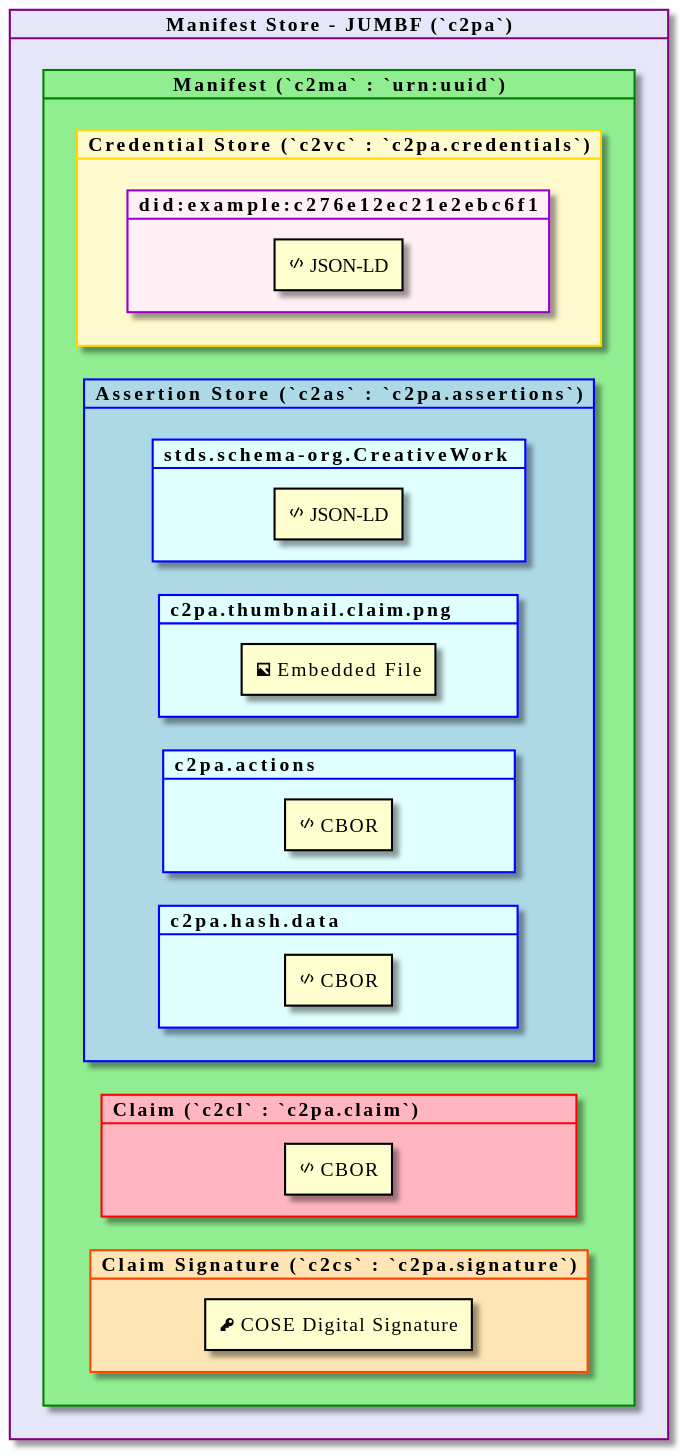
The PlantUML diagram specifications/1.0/specs/_images/ManifestStore_Credential.svg in c2pa-org/specifications, before a commit. Source of this version:
```plantuml
@startuml ManifestStore_Credential

    allow_mixing

    !include manifest_styling.iuml

    card c2pa as "Manifest Store - JUMBF (`c2pa`)" <<c2pa>> {
        card c2ma as "Manifest (`c2ma` : `urn:uuid`)" <<c2ma>> {
            card c2vc as "Credential Store (`c2vc` : `c2pa.credentials`)" <<c2vc>> {
                card "did:example:c276e12ec21e2ebc6f1" <<vc>> {
                    rectangle VC [
						<&code> JSON-LD
                    ]
                }
			}

			!includesub manifest.iuml!ASSERTIONSTORE

			!includesub manifest.iuml!CLAIM

			!includesub manifest.iuml!CLAIMSIGNATURE
        }
    }

@enduml
```
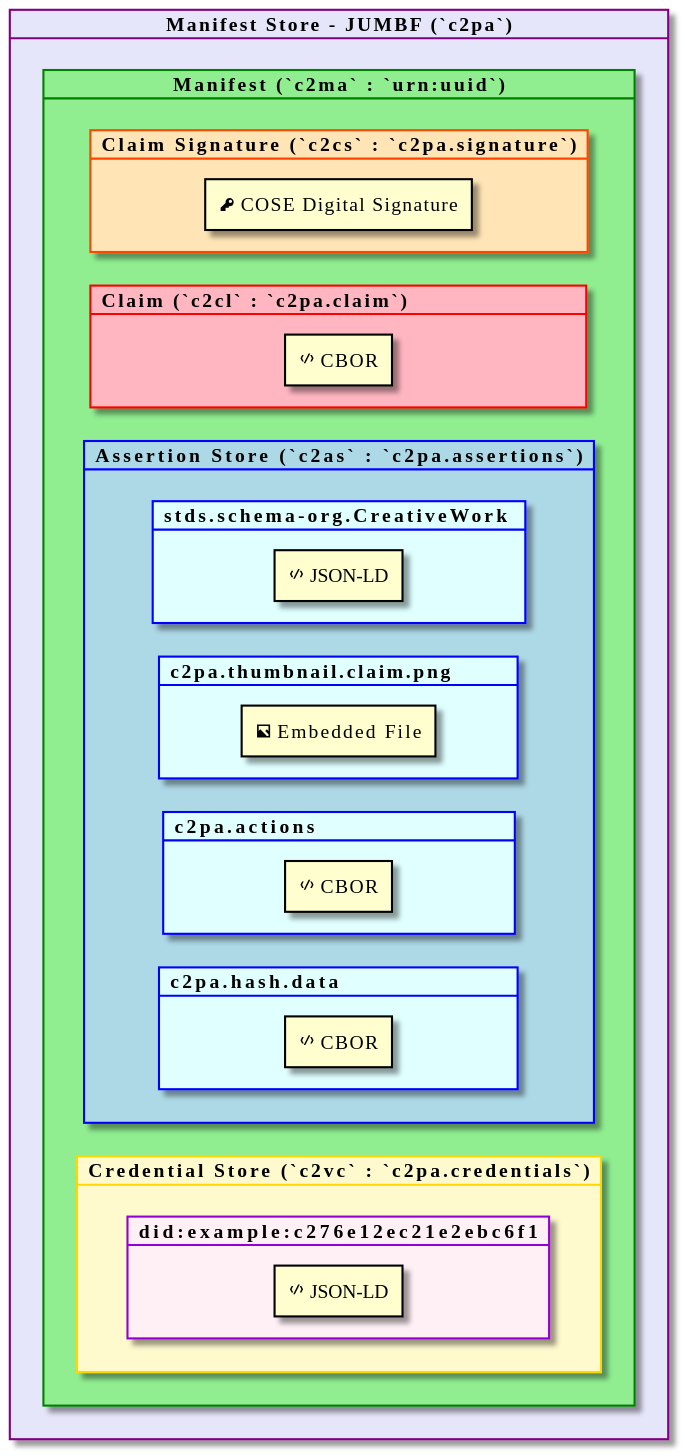
The same diagram one commit later.

What changed in the source:
```diff
@@ -6,6 +6,12 @@
 
     card c2pa as "Manifest Store - JUMBF (`c2pa`)" <<c2pa>> {
         card c2ma as "Manifest (`c2ma` : `urn:uuid`)" <<c2ma>> {
+			!includesub manifest.iuml!CLAIMSIGNATURE
+
+			!includesub manifest.iuml!CLAIM
+
+			!includesub manifest.iuml!ASSERTIONSTORE
+
             card c2vc as "Credential Store (`c2vc` : `c2pa.credentials`)" <<c2vc>> {
                 card "did:example:c276e12ec21e2ebc6f1" <<vc>> {
                     rectangle VC [
@@ -13,12 +19,6 @@
                     ]
                 }
 			}
-
-			!includesub manifest.iuml!ASSERTIONSTORE
-
-			!includesub manifest.iuml!CLAIM
-
-			!includesub manifest.iuml!CLAIMSIGNATURE
         }
     }
 
```
